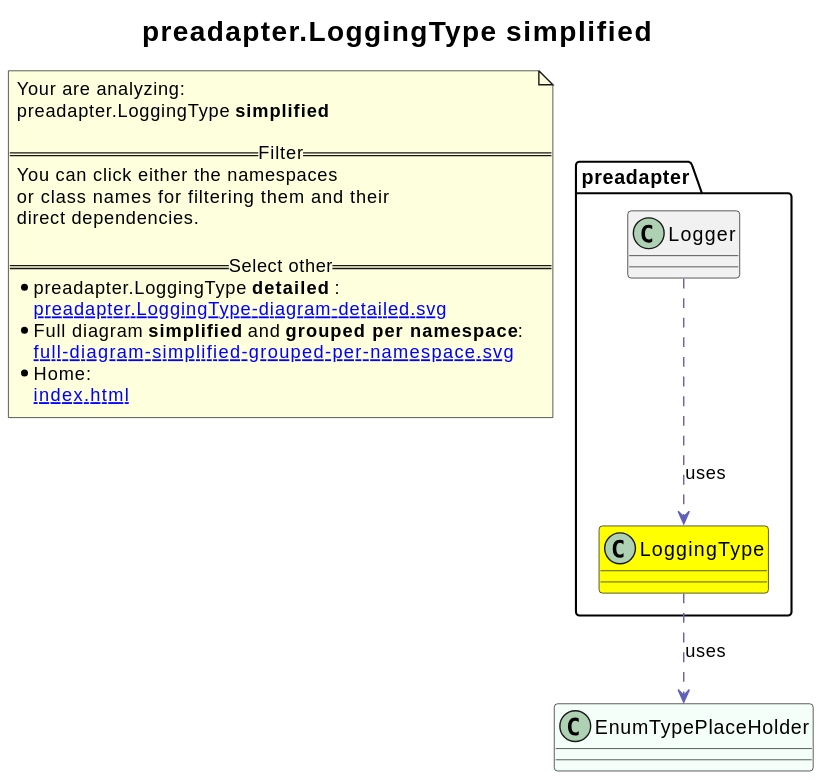
The PlantUML diagram revenger-java-adapter.out/preadapter.LoggingType-diagram-simplified.svg in 2BlackCoffees/revenger, before a commit. Its diagram source:
```plantuml
@startuml
title <size:20>preadapter.LoggingType **simplified** </size>
note "Your are analyzing:\npreadapter.LoggingType **simplified** \n\n==Filter==\nYou can click either the namespaces \nor class names for filtering them and their\ndirect dependencies.\n\n==Select other==\n* preadapter.LoggingType **detailed** :\n   [[preadapter.LoggingType-diagram-detailed.svg]]\n* Full diagram **simplified** and **grouped per namespace**:\n   [[full-diagram-simplified-grouped-per-namespace.svg]]\n* Home:\n   [[index.html]]" as FloatingNote
class EnumTypePlaceHolder [[EnumTypePlaceHolder-diagram-simplified.svg]] #MintCream {
}
class preadapter.LoggingType [[preadapter.LoggingType-diagram-simplified.svg]] #yellow {
}
class preadapter.Logger [[preadapter.Logger-diagram-simplified.svg]]  {
}
preadapter.LoggingType .[#6060BB].> EnumTypePlaceHolder  : uses
preadapter.Logger .[#6060BB].> preadapter.LoggingType  : uses
@enduml
```
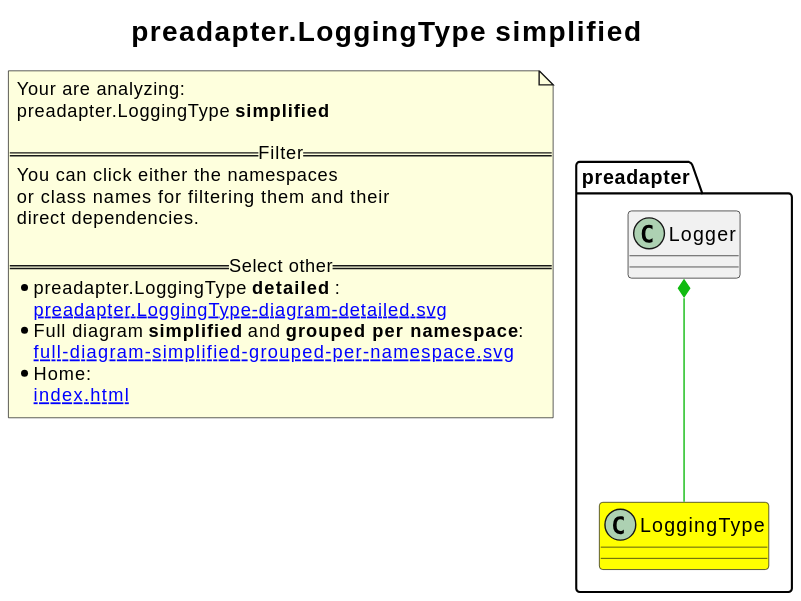
Above is the later version.

What changed in the source:
```diff
@@ -1,12 +1,10 @@
 @startuml
+skinparam linetype ortho
 title <size:20>preadapter.LoggingType **simplified** </size>
 note "Your are analyzing:\npreadapter.LoggingType **simplified** \n\n==Filter==\nYou can click either the namespaces \nor class names for filtering them and their\ndirect dependencies.\n\n==Select other==\n* preadapter.LoggingType **detailed** :\n   [[preadapter.LoggingType-diagram-detailed.svg]]\n* Full diagram **simplified** and **grouped per namespace**:\n   [[full-diagram-simplified-grouped-per-namespace.svg]]\n* Home:\n   [[index.html]]" as FloatingNote
-class EnumTypePlaceHolder [[EnumTypePlaceHolder-diagram-simplified.svg]] #MintCream {
-}
 class preadapter.LoggingType [[preadapter.LoggingType-diagram-simplified.svg]] #yellow {
 }
 class preadapter.Logger [[preadapter.Logger-diagram-simplified.svg]]  {
 }
-preadapter.LoggingType .[#6060BB].> EnumTypePlaceHolder  : uses
-preadapter.Logger .[#6060BB].> preadapter.LoggingType  : uses
+preadapter.Logger *-[#10BB10]- preadapter.LoggingType
 @enduml
```
